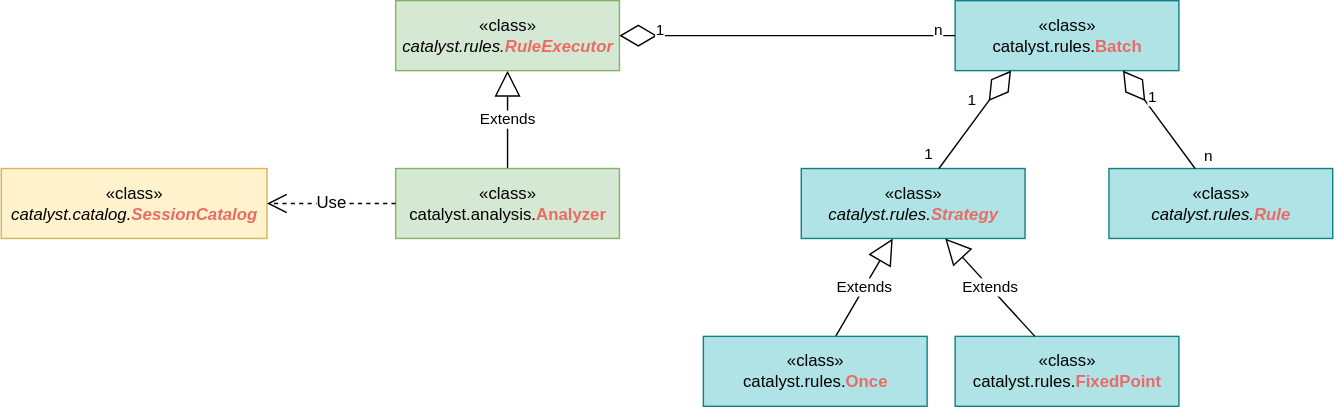
Earlier version of the draw.io export images/spark/sql-catalyst-analysis-class.svg (jtLiBrain/jtLiBrain.github.io). Source tidied: cells renumbered, new cells last; positions are measured from the earlier drawing's top-left corner, leaving out a move shared by most shapes.
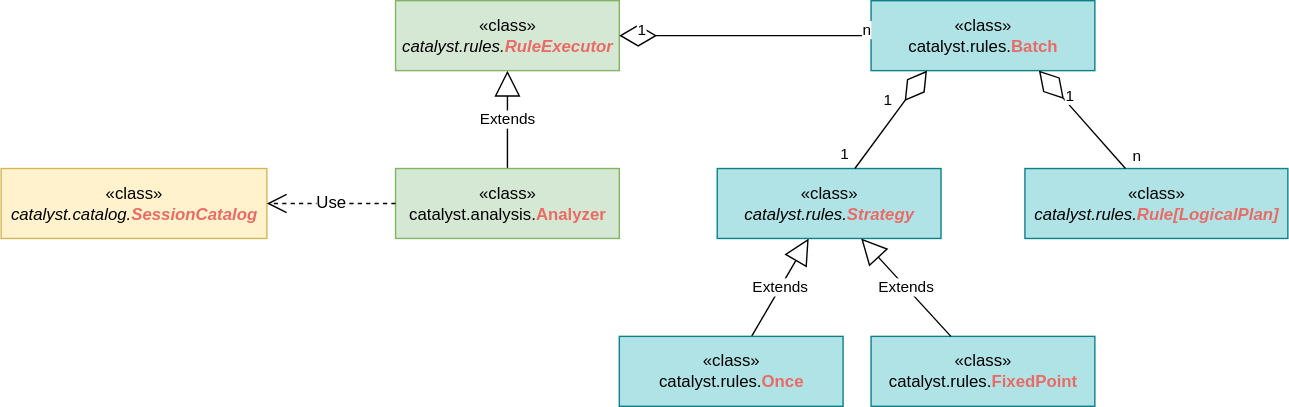
Later version of the same file.

The edit, as a diff of the source:
```diff
@@ -9,10 +9,10 @@
       <mxGeometry relative="1" as="geometry" />
     </mxCell>
     <mxCell id="4" value="«class»&lt;br&gt;&lt;i&gt;catalyst.rules.&lt;b style=&quot;color: rgb(234 , 107 , 102)&quot;&gt;RuleExecutor&lt;/b&gt;&lt;/i&gt;" style="html=1;strokeColor=#82b366;strokeWidth=1;fillColor=#d5e8d4;" parent="1" vertex="1">
-      <mxGeometry x="282" width="160" height="50" as="geometry" />
+      <mxGeometry x="342" width="160" height="50" as="geometry" />
     </mxCell>
     <mxCell id="5" value="«class»&lt;br&gt;&lt;span&gt;catalyst.analysis.&lt;span style=&quot;color: rgb(234 , 107 , 102)&quot;&gt;&lt;b&gt;Analyzer&lt;/b&gt;&lt;/span&gt;&lt;/span&gt;" style="html=1;strokeColor=#82b366;strokeWidth=1;fillColor=#d5e8d4;fontStyle=0;" parent="1" vertex="1">
-      <mxGeometry x="282" y="120" width="160" height="50" as="geometry" />
+      <mxGeometry x="342" y="120" width="160" height="50" as="geometry" />
     </mxCell>
     <mxCell id="6" value="«class»&lt;br&gt;&lt;span&gt;catalyst.rules.&lt;b style=&quot;color: rgb(234 , 107 , 102)&quot;&gt;Batch&lt;/b&gt;&lt;/span&gt;" style="html=1;strokeColor=#0e8088;strokeWidth=1;fillColor=#b0e3e6;fontStyle=0;" parent="1" vertex="1">
       <mxGeometry x="682" width="160" height="50" as="geometry" />
@@ -29,8 +29,8 @@
     <mxCell id="10" value="Extends" style="endArrow=block;endSize=16;endFill=0;html=1;" parent="1" edge="1" source="9" target="7">
       <mxGeometry relative="1" as="geometry" />
     </mxCell>
-    <mxCell id="11" value="«class»&lt;br&gt;&lt;span&gt;&lt;i&gt;catalyst.rules.&lt;b style=&quot;color: rgb(234 , 107 , 102)&quot;&gt;Rule&lt;/b&gt;&lt;/i&gt;&lt;/span&gt;" style="html=1;strokeColor=#0e8088;strokeWidth=1;fillColor=#b0e3e6;fontStyle=0;" parent="1" vertex="1">
-      <mxGeometry x="792" y="120" width="160" height="50" as="geometry" />
+    <mxCell id="11" value="«class»&lt;br&gt;&lt;span&gt;&lt;i&gt;catalyst.rules.&lt;b style=&quot;color: rgb(234 , 107 , 102)&quot;&gt;Rule[LogicalPlan]&lt;/b&gt;&lt;/i&gt;&lt;/span&gt;" style="html=1;strokeColor=#0e8088;strokeWidth=1;fillColor=#b0e3e6;fontStyle=0;" parent="1" vertex="1">
+      <mxGeometry x="792" y="120" width="188" height="50" as="geometry" />
     </mxCell>
     <mxCell id="12" style="endArrow=diamondThin;endFill=0;endSize=24;html=1;entryX=0.25;entryY=1;entryDx=0;entryDy=0;" parent="1" edge="1" source="7" target="6">
       <mxGeometry relative="1" as="geometry" />
@@ -72,7 +72,7 @@
       </mxGeometry>
     </mxCell>
     <mxCell id="21" value="«class»&lt;br&gt;&lt;i&gt;catalyst.catalog.&lt;/i&gt;&lt;font color=&quot;#ea6b66&quot;&gt;&lt;b&gt;&lt;i&gt;SessionCatalog&lt;/i&gt;&lt;/b&gt;&lt;/font&gt;" style="html=1;strokeColor=#d6b656;strokeWidth=1;fillColor=#fff2cc;" parent="1" vertex="1">
-      <mxGeometry y="120" width="190" height="50" as="geometry" />
+      <mxGeometry x="60" y="120" width="190" height="50" as="geometry" />
     </mxCell>
     <mxCell id="22" value="Use" style="endArrow=open;endSize=12;dashed=1;html=1;fontSize=12;" parent="1" edge="1" source="5" target="21">
       <mxGeometry relative="1" as="geometry" />
```
